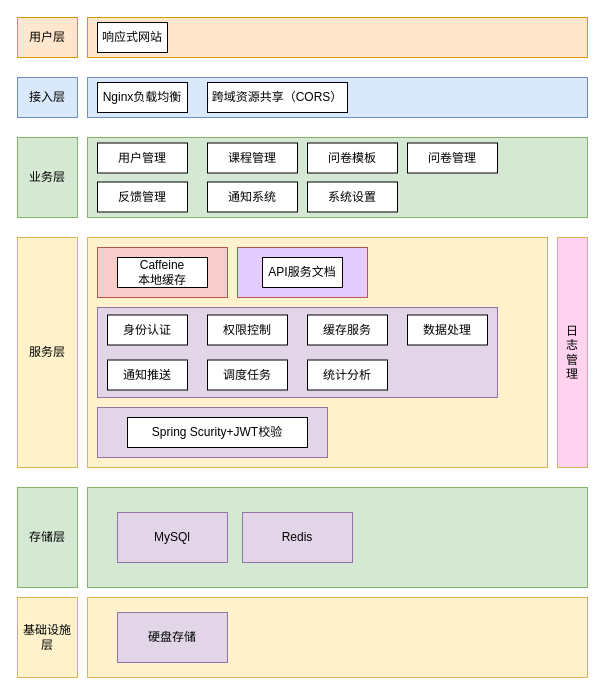
This is 未命名绘图.drawio from LLLLLLer/llllller.github.io, a draw.io file, before an edit. Source tidied: cells renumbered, new cells numbered last; positions are measured from the earlier drawing's top-left corner, leaving out a move shared by most shapes. Both pictures are drawn from the tidied source at 100%, with x=0, y=0 at pixel (17, 17).
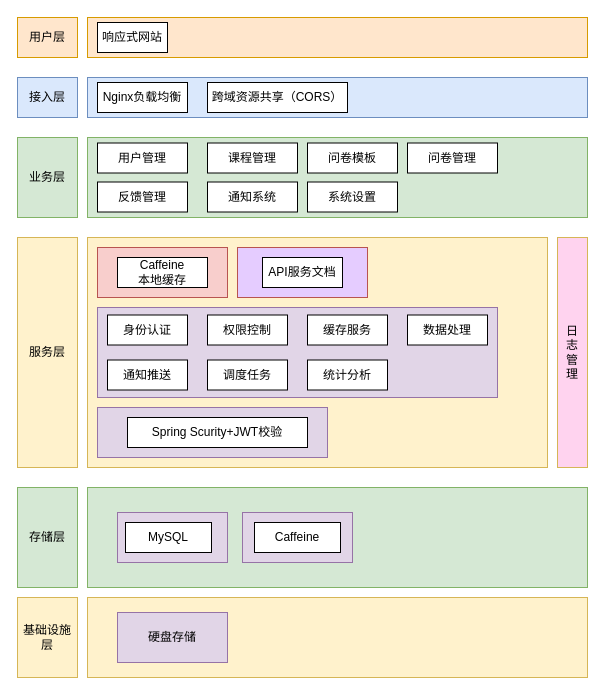
Above is the later version.

Commit message:
更新未命名绘图.drawio

What changed in the source:
```diff
@@
-    <mxCell id="37" value="MySQl" style="rounded=0;whiteSpace=wrap;html=1;fillColor=#e1d5e7;strokeColor=#9673a6;" parent="1" vertex="1">
+    <mxCell id="37" style="rounded=0;whiteSpace=wrap;html=1;fillColor=#e1d5e7;strokeColor=#9673a6;" parent="1" vertex="1">
       <mxGeometry x="100" y="495" width="110" height="50" as="geometry" />
     </mxCell>
-    <mxCell id="38" value="Redis" style="rounded=0;whiteSpace=wrap;html=1;fillColor=#e1d5e7;strokeColor=#9673a6;" parent="1" vertex="1">
+    <mxCell id="38" style="rounded=0;whiteSpace=wrap;html=1;fillColor=#e1d5e7;strokeColor=#9673a6;" parent="1" vertex="1">
       <mxGeometry x="225" y="495" width="110" height="50" as="geometry" />
     </mxCell>
@@
+    <mxCell id="42" value="MySQL" style="rounded=0;whiteSpace=wrap;html=1;" parent="1" vertex="1">
+      <mxGeometry x="108" y="505" width="86" height="30" as="geometry" />
+    </mxCell>
+    <mxCell id="43" value="Caffeine" style="rounded=0;whiteSpace=wrap;html=1;" parent="1" vertex="1">
+      <mxGeometry x="237" y="505" width="86" height="30" as="geometry" />
+    </mxCell>
```
